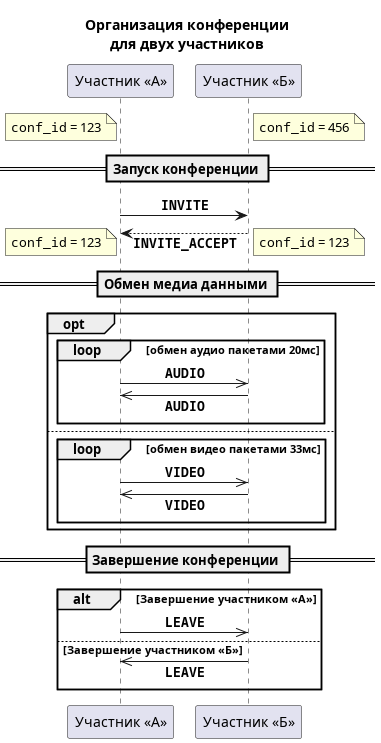
Above: docs/inc/diag/seq-2/conf-2.png in RullDeef/proto-cp (PlantUML), before the change. Its diagram source:
```plantuml
@startuml conf-2
skinparam sequenceMessageAlign center
skinparam responseMessageBelowArrow true

title Организация конференции\nдля двух участников

participant "Участник <<А>>" as A
participant "Участник <<Б>>" as B

note left of A: ""conf_id"" = 123
/ note right of B: ""conf_id"" = 456

== Запуск конференции ==

A -> B: <b>""INVITE""
A <-- B: <b>""INVITE_ACCEPT""
note left: ""conf_id"" = 123
note right: ""conf_id"" = 123

== Обмен медиа данными ==

opt

loop обмен аудио пакетами 20мс
A ->> B: <b>""AUDIO""
A <<- B: <b>""AUDIO""
end

else

loop обмен видео пакетами 33мс
A ->> B: <b>""VIDEO""
A <<- B: <b>""VIDEO""
end

end

== Завершение конференции ==

alt Завершение участником <<А>>
  A ->> B: <b>""LEAVE""
else Завершение участником <<Б>>
  A <<- B: <b>""LEAVE""
end

@enduml
```
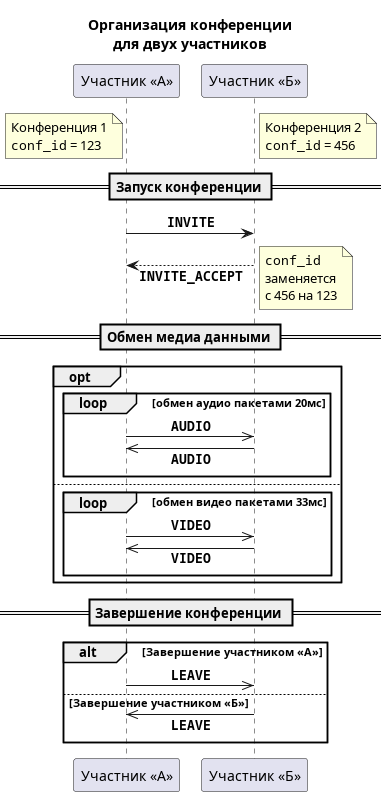
Above is the later version.

Diff of the diagram source:
```diff
@@ -7,15 +7,24 @@
 participant "Участник <<А>>" as A
 participant "Участник <<Б>>" as B
 
-note left of A: ""conf_id"" = 123
-/ note right of B: ""conf_id"" = 456
+note left of A
+Конференция 1
+""conf_id"" = 123
+end note
+/ note right of B
+Конференция 2
+""conf_id"" = 456
+end note
 
 == Запуск конференции ==
 
 A -> B: <b>""INVITE""
 A <-- B: <b>""INVITE_ACCEPT""
-note left: ""conf_id"" = 123
-note right: ""conf_id"" = 123
+note right
+""conf_id""
+заменяется
+с 456 на 123
+end note
 
 == Обмен медиа данными ==
 
```
